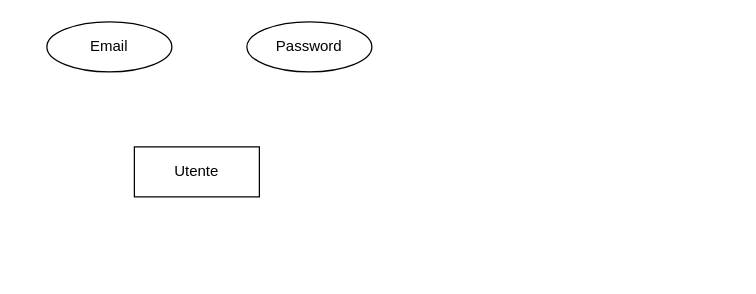
Earlier version of the draw.io diagram page "ER" (2 of 2) of Schemi Relazionali.drawio (Solocesar/Progetto-LTW). Source tidied: cells renumbered, new cells numbered last; positions are measured from the earlier drawing's top-left corner, leaving out a move shared by most shapes. Both pictures are drawn from the tidied source at 125%, with x=0, y=0 at pixel (46, 21).
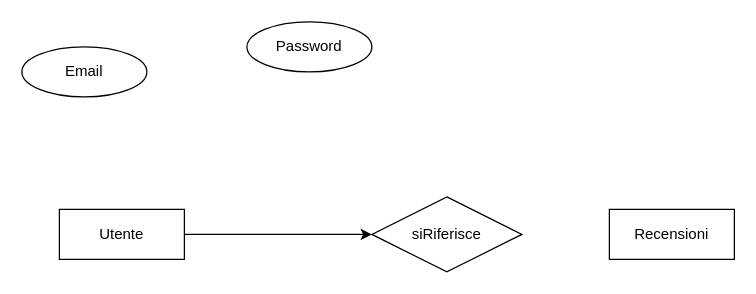
The same page after the edit.

Diff of the diagram source:
```diff
@@
 <mxGraphModel>
   <root>
     <mxCell id="0" />
     <mxCell id="1" parent="0" />
+    <mxCell id="5" style="rounded=0;jettySize=auto;html=1;exitX=1;exitY=0.5;exitDx=0;exitDy=0;edgeStyle=orthogonalEdgeStyle;" parent="1" edge="1" source="2" target="7">
+      <mxGeometry relative="1" as="geometry">
+        <Array as="points">
+          <mxPoint x="210" y="170" />
+          <mxPoint x="210" y="170" />
+        </Array>
+      </mxGeometry>
+    </mxCell>
     <mxCell id="2" value="Utente" style="whiteSpace=wrap;html=1;align=center;" parent="1" vertex="1">
-      <mxGeometry x="70" y="100" width="100" height="40" as="geometry" />
+      <mxGeometry x="10" y="150" width="100" height="40" as="geometry" />
     </mxCell>
     <mxCell id="3" value="Email" style="ellipse;whiteSpace=wrap;html=1;align=center;" parent="1" vertex="1">
-      <mxGeometry width="100" height="40" as="geometry" />
+      <mxGeometry x="-20" y="20" width="100" height="40" as="geometry" />
     </mxCell>
     <mxCell id="4" value="Password" style="ellipse;whiteSpace=wrap;html=1;align=center;" parent="1" vertex="1">
       <mxGeometry x="160" width="100" height="40" as="geometry" />
     </mxCell>
+    <mxCell id="6" value="Recensioni" style="whiteSpace=wrap;html=1;align=center;" parent="1" vertex="1">
+      <mxGeometry x="450" y="150" width="100" height="40" as="geometry" />
+    </mxCell>
+    <mxCell id="7" value="siRiferisce" style="shape=rhombus;perimeter=rhombusPerimeter;whiteSpace=wrap;html=1;align=center;" parent="1" vertex="1">
+      <mxGeometry x="260" y="140" width="120" height="60" as="geometry" />
+    </mxCell>
   </root>
 </mxGraphModel>
```
